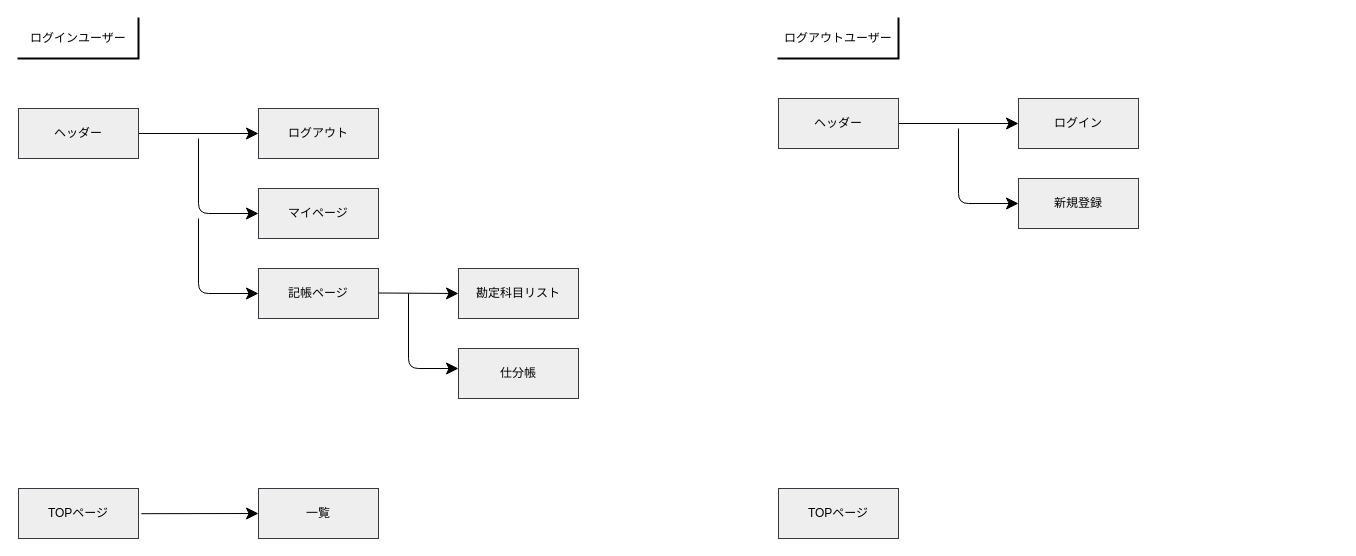
The draw.io diagram page "画面遷移図" (3 of 3) of moneyforest.dio in rikakohira/moneyforest, before the edit. Source tidied: cells renumbered, new cells numbered last; positions are measured from the earlier drawing's top-left corner, leaving out a move shared by most shapes. Both pictures are drawn from the tidied source at 100%, with x=0, y=0 at pixel (18, 18).
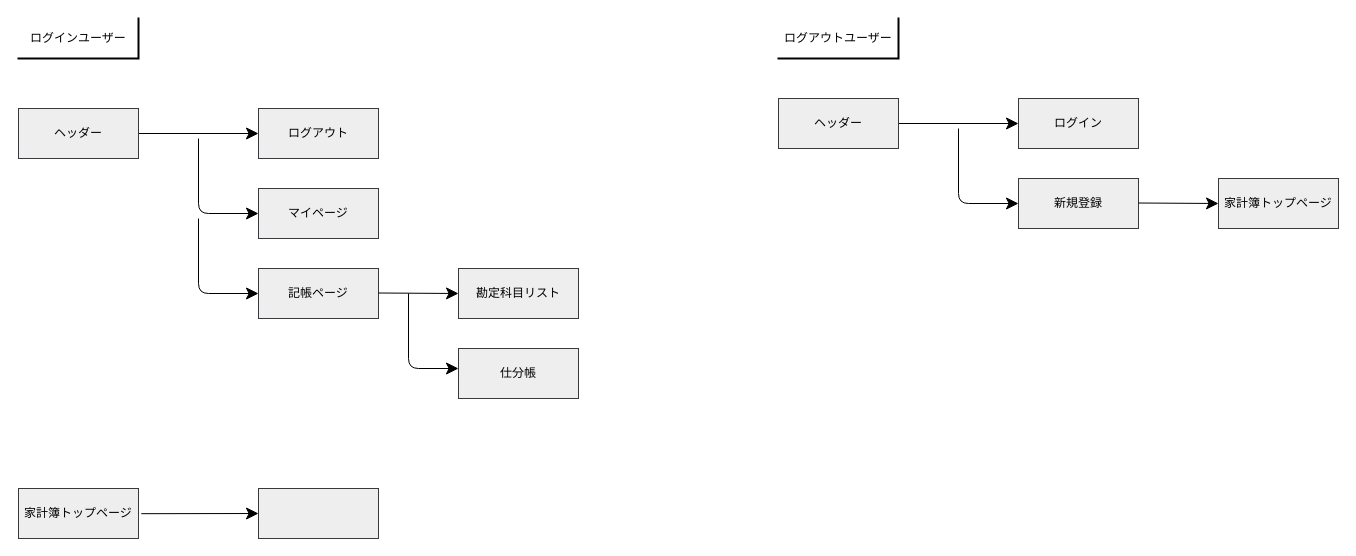
The same diagram, later.

Commit message (it also covers changes not shown here):
新規登録後画面遷移

Change to the diagram source:
```diff
@@
-    <mxCell id="15" value="一覧" style="rounded=0;whiteSpace=wrap;html=1;strokeColor=#36393d;strokeWidth=1;fillColor=#eeeeee;fontColor=#000000;" parent="1" vertex="1">
+    <mxCell id="15" style="rounded=0;whiteSpace=wrap;html=1;strokeColor=#36393d;strokeWidth=1;fillColor=#eeeeee;fontColor=#000000;" parent="1" vertex="1">
       <mxGeometry x="240" y="470" width="120" height="50" as="geometry" />
     </mxCell>
@@
-    <mxCell id="22" value="TOPページ" style="rounded=0;whiteSpace=wrap;html=1;strokeColor=#36393d;strokeWidth=1;fillColor=#eeeeee;fontColor=#000000;" parent="1" vertex="1">
-      <mxGeometry x="760" y="470" width="120" height="50" as="geometry" />
-    </mxCell>
-    <mxCell id="23" value="TOPページ" style="rounded=0;whiteSpace=wrap;html=1;strokeColor=#36393d;strokeWidth=1;fillColor=#eeeeee;fontColor=#000000;" parent="1" vertex="1">
+    <mxCell id="23" value="家計簿トップページ" style="rounded=0;whiteSpace=wrap;html=1;strokeColor=#36393d;strokeWidth=1;fillColor=#eeeeee;fontColor=#000000;" parent="1" vertex="1">
       <mxGeometry y="470" width="120" height="50" as="geometry" />
     </mxCell>
+    <mxCell id="24" value="家計簿トップページ" style="rounded=0;whiteSpace=wrap;html=1;strokeColor=#36393d;strokeWidth=1;fillColor=#eeeeee;fontColor=#000000;" parent="1" vertex="1">
+      <mxGeometry x="1200" y="160" width="120" height="50" as="geometry" />
+    </mxCell>
+    <mxCell id="25" style="edgeStyle=none;html=1;fontColor=#000000;startArrow=none;startFill=0;endArrow=classic;endFill=1;startSize=10;endSize=10;strokeColor=#000000;exitX=1;exitY=0.5;exitDx=0;exitDy=0;" parent="1" edge="1">
+      <mxGeometry relative="1" as="geometry">
+        <mxPoint x="1120" y="184.5" as="sourcePoint" />
+        <mxPoint x="1200" y="185" as="targetPoint" />
+      </mxGeometry>
+    </mxCell>
```
